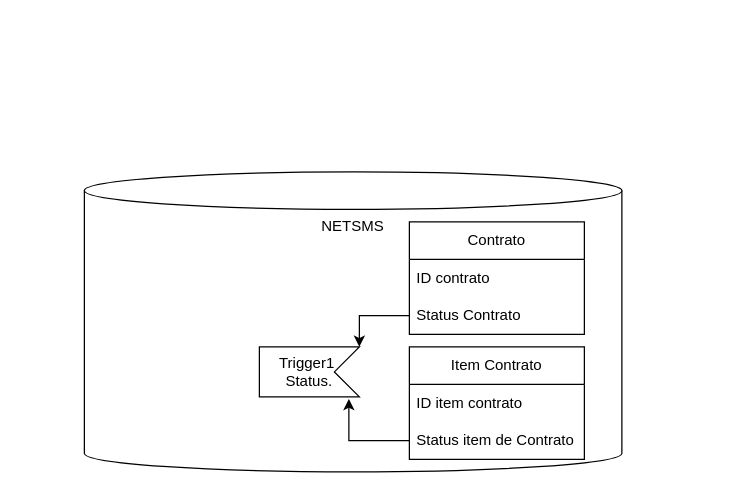
Above: Solar Callback status contrato.drawio in samirali/ClaroBrasil (draw.io), before the change. Source tidied: cells renumbered, new cells numbered last; positions are measured from the earlier drawing's top-left corner, leaving out a move shared by most shapes. Both pictures are drawn from the tidied source at 125%, with x=0, y=0 at pixel (84, 171).
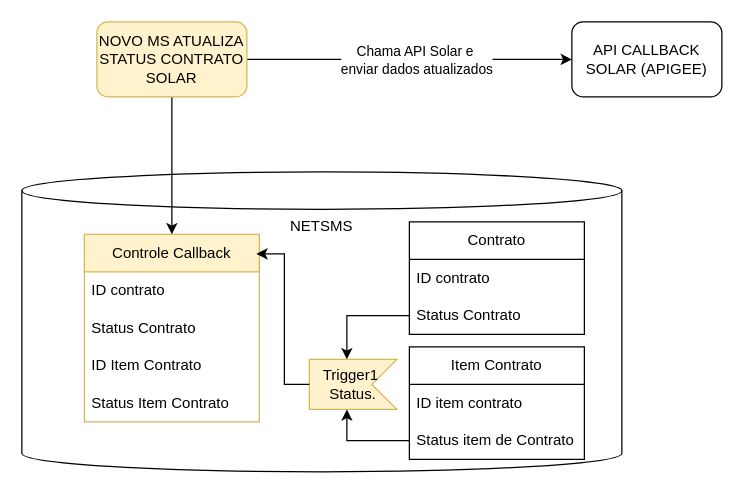
Above is the later version.

Unchanged cells that the change refers to:
```xml
<mxCell id="5" value="Status Contrato" style="text;strokeColor=none;fillColor=none;align=left;verticalAlign=middle;spacingLeft=4;spacingRight=4;overflow=hidden;points=[[0,0.5],[1,0.5]];portConstraint=eastwest;whiteSpace=wrap;html=1;" parent="3" vertex="1">
  <mxGeometry y="60" width="140" height="30" as="geometry" />
</mxCell>
<mxCell id="8" value="Status item de Contrato" style="text;strokeColor=none;fillColor=none;align=left;verticalAlign=middle;spacingLeft=4;spacingRight=4;overflow=hidden;points=[[0,0.5],[1,0.5]];portConstraint=eastwest;whiteSpace=wrap;html=1;" parent="6" vertex="1">
  <mxGeometry y="60" width="140" height="30" as="geometry" />
</mxCell>
```

Change to the diagram source:
```diff
@@
     <mxCell id="2" value="NETSMS" style="shape=cylinder3;whiteSpace=wrap;html=1;boundedLbl=1;backgroundOutline=1;size=15;verticalAlign=top;" parent="1" vertex="1">
-      <mxGeometry width="430" height="240" as="geometry" />
+      <mxGeometry x="-50" width="480" height="240" as="geometry" />
     </mxCell>
@@
-    <mxCell id="9" value="Trigger1&amp;nbsp;&lt;div style=&quot;font-size: 12px;&quot;&gt;Status.&lt;/div&gt;" style="html=1;shape=mxgraph.infographic.ribbonSimple;notch1=20;notch2=0;align=center;verticalAlign=middle;fontSize=12;fontStyle=0;flipH=1;fillColor=#FFFFFF;whiteSpace=wrap;" parent="1" vertex="1">
-      <mxGeometry x="140" y="140" width="80" height="40" as="geometry" />
+    <mxCell id="9" value="Trigger1&amp;nbsp;&lt;div style=&quot;font-size: 12px;&quot;&gt;Status.&lt;/div&gt;" style="html=1;shape=mxgraph.infographic.ribbonSimple;notch1=20;notch2=0;align=center;verticalAlign=middle;fontSize=12;fontStyle=0;flipH=1;fillColor=#fff2cc;whiteSpace=wrap;strokeColor=#d6b656;" parent="1" vertex="1">
+      <mxGeometry x="180" y="150" width="70" height="40" as="geometry" />
     </mxCell>
-    <mxCell id="10" style="edgeStyle=orthogonalEdgeStyle;rounded=0;jettySize=auto;html=1;entryX=0;entryY=0;entryDx=0;entryDy=0;entryPerimeter=0;" parent="1" edge="1" source="5" target="9">
+    <mxCell id="10" style="edgeStyle=orthogonalEdgeStyle;rounded=0;jettySize=auto;html=1;entryX=0;entryY=0;entryDx=40;entryDy=0;entryPerimeter=0;" parent="1" edge="1" source="5" target="9">
       <mxGeometry relative="1" as="geometry" />
     </mxCell>
-    <mxCell id="11" style="edgeStyle=orthogonalEdgeStyle;rounded=0;jettySize=auto;html=1;entryX=0.105;entryY=1.04;entryDx=0;entryDy=0;entryPerimeter=0;" parent="1" edge="1" source="8" target="9">
+    <mxCell id="11" style="edgeStyle=orthogonalEdgeStyle;rounded=0;jettySize=auto;html=1;entryX=0;entryY=0;entryDx=40;entryDy=40;entryPerimeter=0;" parent="1" edge="1" source="8" target="9">
       <mxGeometry relative="1" as="geometry" />
     </mxCell>
+    <mxCell id="12" value="Controle Callback" style="swimlane;fontStyle=0;horizontal=1;startSize=30;whiteSpace=wrap;html=1;fillColor=#fff2cc;strokeColor=#d6b656;" parent="1" vertex="1">
+      <mxGeometry y="50" width="140" height="150" as="geometry" />
+    </mxCell>
+    <mxCell id="13" value="ID contrato" style="text;strokeColor=none;fillColor=none;align=left;verticalAlign=middle;spacingLeft=4;spacingRight=4;overflow=hidden;whiteSpace=wrap;html=1;" parent="12" vertex="1">
+      <mxGeometry y="30" width="140" height="30" as="geometry" />
+    </mxCell>
+    <mxCell id="14" value="Status Contrato" style="text;strokeColor=none;fillColor=none;align=left;verticalAlign=middle;spacingLeft=4;spacingRight=4;overflow=hidden;whiteSpace=wrap;html=1;" parent="12" vertex="1">
+      <mxGeometry y="60" width="140" height="30" as="geometry" />
+    </mxCell>
+    <mxCell id="15" value="ID Item Contrato" style="text;strokeColor=none;fillColor=none;align=left;verticalAlign=middle;spacingLeft=4;spacingRight=4;overflow=hidden;whiteSpace=wrap;html=1;" parent="12" vertex="1">
+      <mxGeometry y="90" width="140" height="30" as="geometry" />
+    </mxCell>
+    <mxCell id="16" value="Status Item Contrato" style="text;strokeColor=none;fillColor=none;align=left;verticalAlign=middle;spacingLeft=4;spacingRight=4;overflow=hidden;whiteSpace=wrap;html=1;" parent="12" vertex="1">
+      <mxGeometry y="120" width="140" height="30" as="geometry" />
+    </mxCell>
+    <mxCell id="17" style="edgeStyle=orthogonalEdgeStyle;rounded=0;jettySize=auto;html=1;entryX=0.983;entryY=0.104;entryDx=0;entryDy=0;entryPerimeter=0;" parent="1" edge="1" source="9" target="12">
+      <mxGeometry relative="1" as="geometry" />
+    </mxCell>
+    <mxCell id="18" style="edgeStyle=orthogonalEdgeStyle;rounded=0;jettySize=auto;html=1;" parent="1" edge="1" source="21" target="12">
+      <mxGeometry relative="1" as="geometry" />
+    </mxCell>
+    <mxCell id="19" style="edgeStyle=orthogonalEdgeStyle;rounded=0;jettySize=auto;html=1;" parent="1" edge="1" source="21" target="22">
+      <mxGeometry relative="1" as="geometry" />
+    </mxCell>
+    <mxCell id="20" value="Chama API Solar e&amp;nbsp;&lt;div&gt;enviar dados atualizados&lt;/div&gt;" style="edgeLabel;html=1;align=center;verticalAlign=middle;" parent="19" vertex="1">
+      <mxGeometry x="0.04" relative="1" as="geometry" />
+    </mxCell>
+    <mxCell id="21" value="NOVO MS ATUALIZA STATUS CONTRATO SOLAR" style="rounded=1;whiteSpace=wrap;html=1;fillColor=#fff2cc;strokeColor=#d6b656;" parent="1" vertex="1">
+      <mxGeometry x="10" y="-120" width="120" height="60" as="geometry" />
+    </mxCell>
+    <mxCell id="22" value="API CALLBACK SOLAR (APIGEE)" style="whiteSpace=wrap;html=1;rounded=1;" parent="1" vertex="1">
+      <mxGeometry x="390" y="-120" width="120" height="60" as="geometry" />
+    </mxCell>
```
